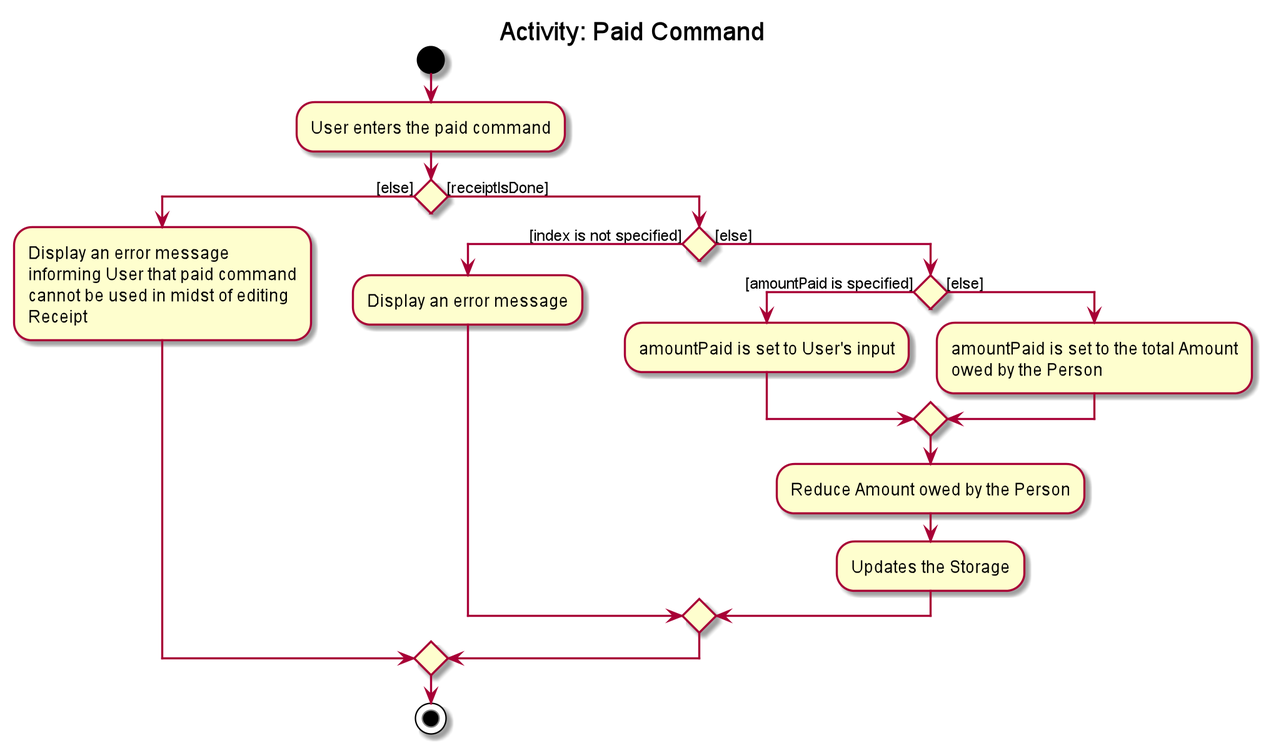
The PlantUML diagram docs/images/ExpenseSplitterPaidCommandActivityDiagram.png in nus-cs2103-AY1920S2/addressbook-level3, before a commit.
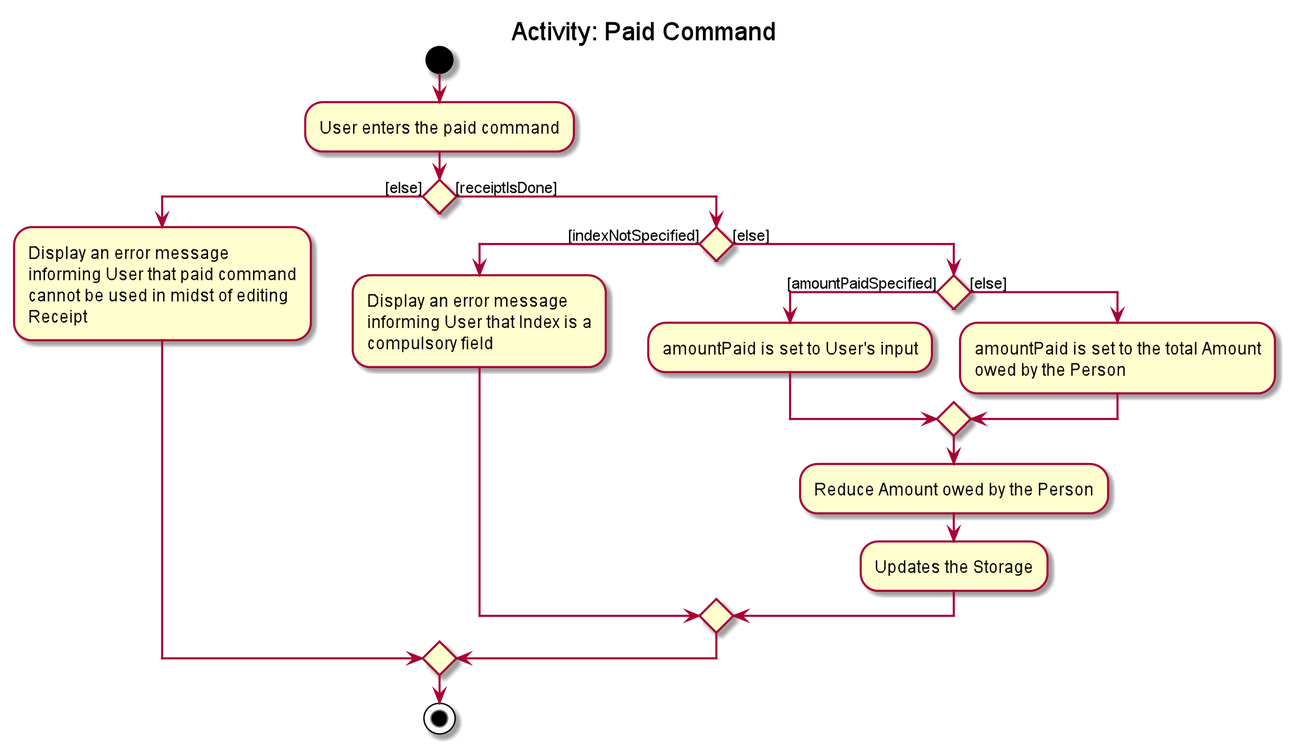
The same file after the commit.

Change to the diagram source:
```diff
@@ -11,10 +11,12 @@
     cannot be used in midst of editing
     Receipt;
 else ([receiptIsDone])
-    if () then ([index is not specified])
-        :Display an error message;
+    if () then ([indexNotSpecified])
+        :Display an error message
+        informing User that Index is a
+        compulsory field;
     else ([else])
-        if () then ([amountPaid is specified])
+        if () then ([amountPaidSpecified])
             :amountPaid is set to User's input;
         else ([else])
             :amountPaid is set to the total Amount
```
